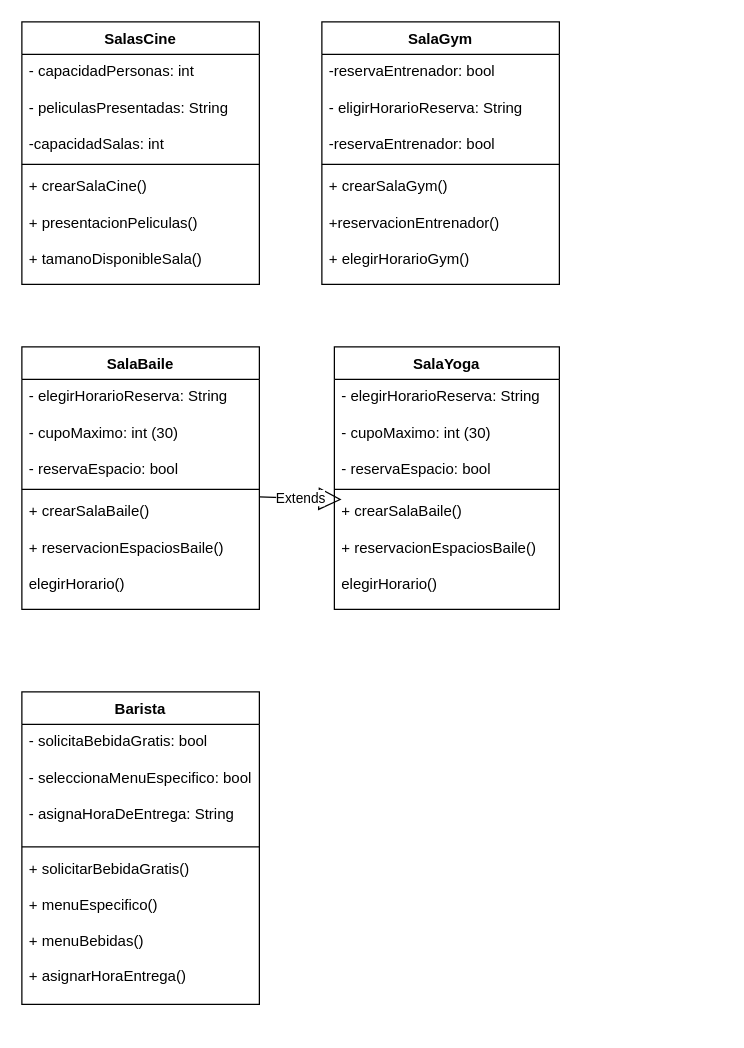
Before: SistemaReservasJava.drawio in handelenriquezacuna/javaSistemaReserva, a draw.io diagram. Source tidied: cells renumbered, new cells numbered last; positions are measured from the earlier drawing's top-left corner, leaving out a move shared by most shapes. Both pictures are drawn from the tidied source at 125%, with x=0, y=0 at pixel (21, 21).
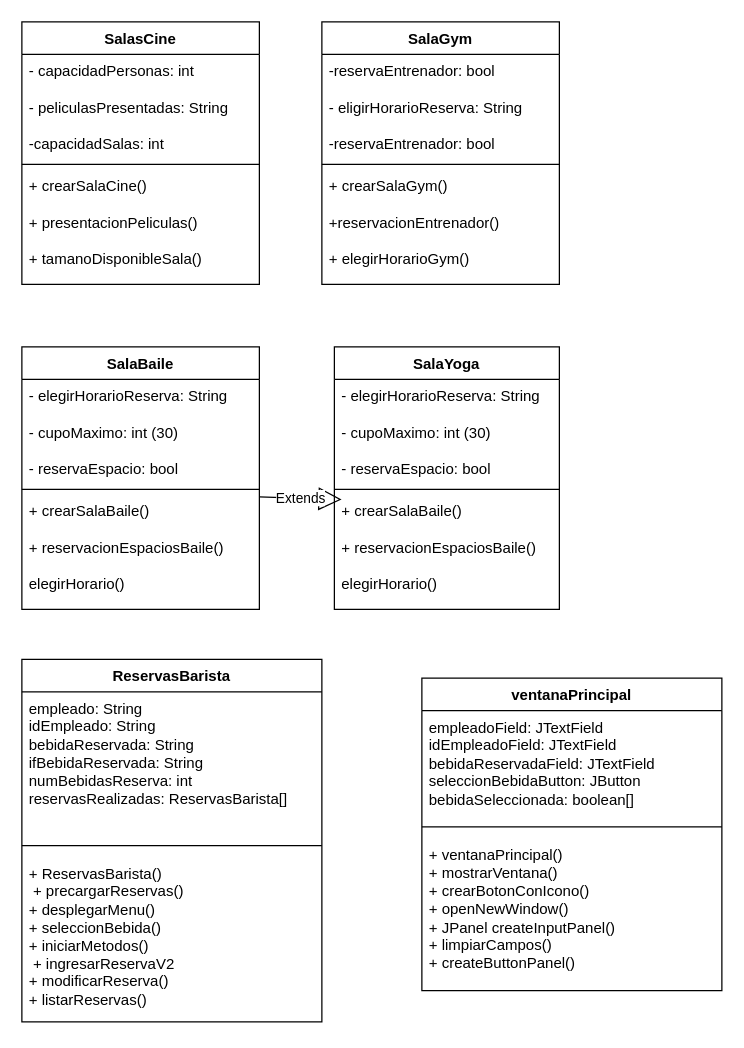
The same diagram, later.

Change to the diagram source:
```diff
@@
-    <mxCell id="18" value="Barista&lt;div&gt;&lt;br&gt;&lt;/div&gt;" style="swimlane;fontStyle=1;align=center;verticalAlign=top;horizontal=1;startSize=26;whiteSpace=wrap;html=1;" parent="1" vertex="1">
-      <mxGeometry y="536" width="190" height="250" as="geometry" />
+    <mxCell id="18" value="ReservasBarista&lt;div&gt;&lt;br&gt;&lt;/div&gt;" style="swimlane;fontStyle=1;align=center;verticalAlign=top;horizontal=1;startSize=26;whiteSpace=wrap;html=1;" parent="1" vertex="1">
+      <mxGeometry y="510" width="240" height="290" as="geometry" />
     </mxCell>
-    <mxCell id="19" value="- solicitaBebidaGratis: bool&lt;div&gt;&lt;br&gt;&lt;/div&gt;&lt;div&gt;- seleccionaMenuEspecifico: bool&lt;/div&gt;&lt;div&gt;&lt;br&gt;&lt;/div&gt;&lt;div&gt;- asignaHoraDeEntrega: String&amp;nbsp;&lt;/div&gt;" style="text;strokeColor=none;fillColor=none;align=left;verticalAlign=top;spacingLeft=4;spacingRight=4;overflow=hidden;whiteSpace=wrap;html=1;" parent="18" vertex="1">
-      <mxGeometry y="26" width="190" height="94" as="geometry" />
+    <mxCell id="19" value="&lt;font style=&quot;font-size: 12px;&quot;&gt;&lt;span style=&quot;white-space: pre;&quot;&gt;empleado: String&lt;br&gt;&lt;/span&gt;&lt;span style=&quot;white-space: pre;&quot;&gt;idEmpleado: String&lt;br&gt;&lt;/span&gt;&lt;span style=&quot;white-space: pre;&quot;&gt;bebidaReservada: String&lt;br&gt;&lt;/span&gt;&lt;span style=&quot;white-space: pre;&quot;&gt;ifBebidaReservada: String&lt;br&gt;&lt;/span&gt;&lt;span style=&quot;white-space: pre;&quot;&gt;numBebidasReserva: int&lt;br&gt;&lt;/span&gt;&lt;span style=&quot;white-space: pre;&quot;&gt;reservasRealizadas: ReservasBarista[]&lt;/span&gt;&lt;/font&gt;&lt;div style=&quot;&quot;&gt;&lt;span style=&quot;font-family: __JetBrains_Mono_3c557b, __JetBrains_Mono_Fallback_3c557b; white-space: pre;&quot;&gt;&lt;br&gt;&lt;/span&gt;&lt;/div&gt;" style="text;strokeColor=none;fillColor=none;align=left;verticalAlign=top;spacingLeft=4;spacingRight=4;overflow=hidden;whiteSpace=wrap;html=1;" parent="18" vertex="1">
+      <mxGeometry y="26" width="240" height="114" as="geometry" />
     </mxCell>
     <mxCell id="20" style="line;strokeWidth=1;fillColor=none;align=left;verticalAlign=middle;spacingTop=-1;spacingLeft=3;spacingRight=3;labelPosition=right;strokeColor=inherit;" parent="18" vertex="1">
-      <mxGeometry y="120" width="190" height="8" as="geometry" />
+      <mxGeometry y="140" width="240" height="18" as="geometry" />
     </mxCell>
-    <mxCell id="21" value="+ solicitarBebidaGratis()&lt;div&gt;&lt;br&gt;&lt;/div&gt;&lt;div&gt;+ menuEspecifico()&lt;/div&gt;&lt;div&gt;&lt;br&gt;&lt;/div&gt;&lt;div&gt;+ menuBebidas()&lt;/div&gt;&lt;div&gt;&lt;br&gt;&lt;/div&gt;&lt;div&gt;+ asignarHoraEntrega()&lt;/div&gt;&lt;div&gt;&lt;br&gt;&lt;/div&gt;&lt;div&gt;&lt;br&gt;&lt;/div&gt;" style="text;strokeColor=none;fillColor=none;align=left;verticalAlign=top;spacingLeft=4;spacingRight=4;overflow=hidden;whiteSpace=wrap;html=1;" parent="18" vertex="1">
-      <mxGeometry y="128" width="190" height="122" as="geometry" />
+    <mxCell id="21" value="&lt;font style=&quot;font-size: 12px;&quot;&gt;&lt;span style=&quot;white-space: pre;&quot;&gt;+ ReservasBarista()&lt;br&gt;&lt;/span&gt;&lt;span style=&quot;white-space: pre;&quot;&gt; + precargarReservas() &lt;/span&gt;&lt;/font&gt;&lt;div style=&quot;&quot;&gt;&lt;font style=&quot;font-size: 12px;&quot;&gt;&lt;span style=&quot;white-space: pre;&quot;&gt;+ desplegarMenu()&lt;br&gt;&lt;/span&gt;&lt;span style=&quot;white-space: pre;&quot;&gt;+ seleccionBebida()&lt;br&gt;&lt;/span&gt;&lt;span style=&quot;white-space: pre;&quot;&gt;+ iniciarMetodos()&lt;br&gt;&lt;/span&gt;&lt;span style=&quot;white-space: pre;&quot;&gt; + ingresarReservaV2&lt;br&gt;&lt;/span&gt;&lt;span style=&quot;white-space: pre;&quot;&gt;+ modificarReserva() &lt;br&gt;&lt;/span&gt;&lt;span style=&quot;white-space: pre;&quot;&gt;+ listarReservas()&lt;br&gt;&lt;/span&gt;&lt;/font&gt;&lt;div&gt;&lt;span style=&quot;background-color: rgb(9, 9, 11); color: rgb(227, 234, 242); font-family: __JetBrains_Mono_3c557b, __JetBrains_Mono_Fallback_3c557b; white-space: pre;&quot;&gt;&lt;br&gt;&lt;/span&gt;&lt;/div&gt;&lt;/div&gt;" style="text;strokeColor=none;fillColor=none;align=left;verticalAlign=top;spacingLeft=4;spacingRight=4;overflow=hidden;whiteSpace=wrap;html=1;" parent="18" vertex="1">
+      <mxGeometry y="158" width="240" height="132" as="geometry" />
     </mxCell>
@@
+    <mxCell id="23" value="&lt;div&gt;ventanaPrincipal&lt;/div&gt;" style="swimlane;fontStyle=1;align=center;verticalAlign=top;horizontal=1;startSize=26;whiteSpace=wrap;html=1;" parent="1" vertex="1">
+      <mxGeometry x="320" y="525" width="240" height="250" as="geometry" />
+    </mxCell>
+    <mxCell id="24" value="&lt;div style=&quot;&quot;&gt;&lt;span style=&quot;white-space: pre;&quot;&gt;empleadoField: JTextField &lt;br&gt;&lt;/span&gt;&lt;span style=&quot;white-space: pre;&quot;&gt;idEmpleadoField: JTextField &lt;br&gt;&lt;/span&gt;&lt;span style=&quot;white-space: pre;&quot;&gt;bebidaReservadaField: JTextField&lt;br&gt;&lt;/span&gt;&lt;span style=&quot;white-space: pre;&quot;&gt;seleccionBebidaButton: JButton &lt;br&gt;&lt;/span&gt;&lt;span style=&quot;white-space: pre;&quot;&gt;bebidaSeleccionada: boolean[]&lt;/span&gt;&lt;/div&gt;" style="text;strokeColor=none;fillColor=none;align=left;verticalAlign=top;spacingLeft=4;spacingRight=4;overflow=hidden;whiteSpace=wrap;html=1;" parent="23" vertex="1">
+      <mxGeometry y="26" width="240" height="84" as="geometry" />
+    </mxCell>
+    <mxCell id="25" style="line;strokeWidth=1;fillColor=none;align=left;verticalAlign=middle;spacingTop=-1;spacingLeft=3;spacingRight=3;labelPosition=right;strokeColor=inherit;" parent="23" vertex="1">
+      <mxGeometry y="110" width="240" height="18" as="geometry" />
+    </mxCell>
+    <mxCell id="26" value="&lt;div style=&quot;&quot;&gt;&lt;div&gt;&lt;span style=&quot;white-space: pre;&quot;&gt;+ ventanaPrincipal()&lt;br&gt;&lt;/span&gt;&lt;span style=&quot;white-space: pre;&quot;&gt;+ mostrarVentana() &lt;/span&gt;&lt;/div&gt;&lt;div&gt;&lt;span style=&quot;white-space: pre;&quot;&gt;+ crearBotonConIcono()&lt;/span&gt;&lt;/div&gt;&lt;div&gt;&lt;span style=&quot;white-space: pre;&quot;&gt;+ openNewWindow()&lt;/span&gt;&lt;/div&gt;&lt;div&gt;&lt;font style=&quot;font-size: 12px; text-align: right; white-space: pre;&quot;&gt;+ &lt;/font&gt;&lt;font style=&quot;font-size: 12px; text-align: right; white-space: pre;&quot;&gt;JPanel createInputPanel() &lt;/font&gt;&lt;/div&gt;&lt;div&gt;&lt;font style=&quot;font-size: 12px; text-align: right; white-space: pre;&quot;&gt;+ &lt;/font&gt;&lt;font style=&quot;font-size: 12px; text-align: right; white-space: pre;&quot;&gt;limpiarCampos() &lt;/font&gt;&lt;font style=&quot;font-size: 12px; text-align: right; white-space: pre;&quot;&gt;&lt;br&gt;&lt;/font&gt;&lt;span style=&quot;white-space: pre;&quot;&gt;+ createButtonPanel()&lt;br&gt;&lt;/span&gt;&lt;br&gt;&lt;/div&gt;&lt;/div&gt;" style="text;strokeColor=none;fillColor=none;align=left;verticalAlign=top;spacingLeft=4;spacingRight=4;overflow=hidden;whiteSpace=wrap;html=1;" parent="23" vertex="1">
+      <mxGeometry y="128" width="240" height="122" as="geometry" />
+    </mxCell>
```
